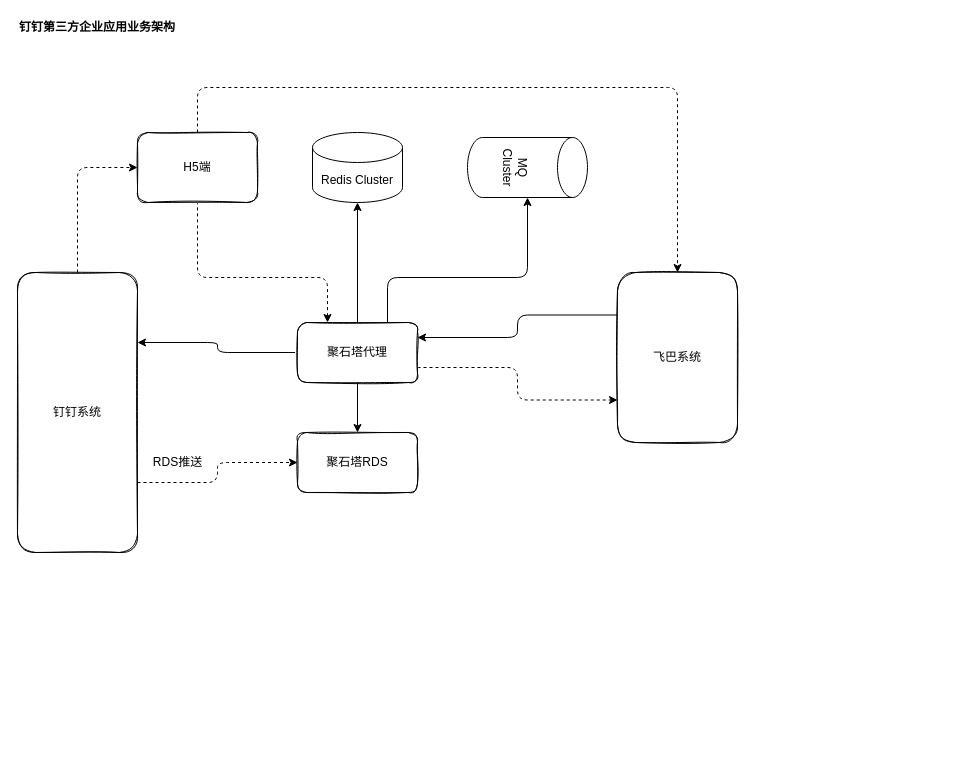
Before: page "architecture_3rd" (4 of 4) of src/work/flyby/present/dingtalk-proxy-architecture.drawio in ab-doc/draw.io, a draw.io diagram. Source tidied: cells renumbered, new cells numbered last; positions are measured from the earlier drawing's top-left corner, leaving out a move shared by most shapes. Both pictures are drawn from the tidied source at 100%, with x=0, y=0 at pixel (17, 17).
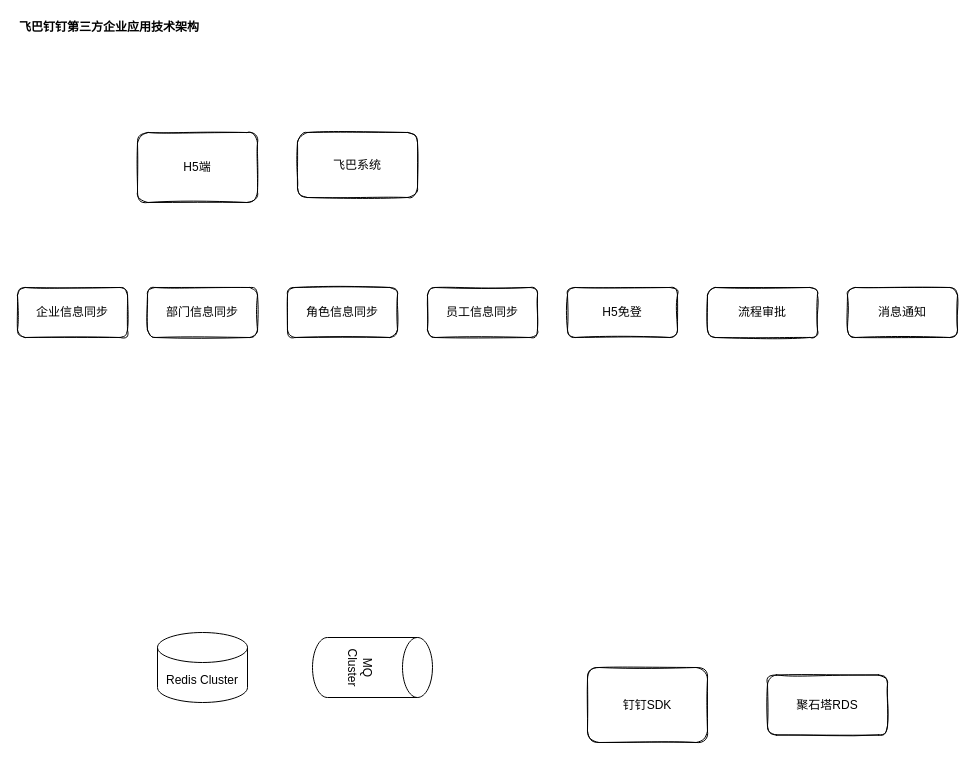
The same page after the edit.

The change refers to these unchanged cells:
```xml
<mxCell id="19" value="H5端" style="whiteSpace=wrap;html=1;sketch=1;rounded=1;" parent="1" vertex="1">
  <mxGeometry x="120" y="115" width="120" height="70" as="geometry" />
</mxCell>
```

The edit, as a diff of the source:
```diff
@@
-    <mxCell id="2" style="edgeStyle=orthogonalEdgeStyle;curved=0;rounded=1;sketch=0;jettySize=auto;html=1;dashed=1;entryX=0;entryY=0.5;entryDx=0;entryDy=0;exitX=1;exitY=0.75;exitDx=0;exitDy=0;" parent="1" edge="1" source="4" target="6">
-      <mxGeometry relative="1" as="geometry" />
-    </mxCell>
-    <mxCell id="3" style="edgeStyle=orthogonalEdgeStyle;rounded=1;jettySize=auto;html=1;dashed=1;startArrow=none;startFill=0;endArrow=classic;endFill=1;entryX=0;entryY=0.5;entryDx=0;entryDy=0;" parent="1" edge="1" source="4" target="19">
-      <mxGeometry relative="1" as="geometry" />
-    </mxCell>
-    <mxCell id="4" value="钉钉系统" style="whiteSpace=wrap;html=1;sketch=1;rounded=1;" parent="1" vertex="1">
-      <mxGeometry y="255" width="120" height="280" as="geometry" />
+    <mxCell id="4" value="钉钉SDK" style="whiteSpace=wrap;html=1;sketch=1;rounded=1;" parent="1" vertex="1">
+      <mxGeometry x="570" y="650" width="120" height="75" as="geometry" />
     </mxCell>
-    <mxCell id="5" style="edgeStyle=orthogonalEdgeStyle;curved=0;rounded=1;sketch=0;jettySize=auto;html=1;endArrow=none;endFill=0;startArrow=classic;startFill=1;entryX=0.5;entryY=1;entryDx=0;entryDy=0;" parent="1" edge="1" source="6" target="12">
-      <mxGeometry relative="1" as="geometry" />
-    </mxCell>
     <mxCell id="6" value="聚石塔RDS" style="whiteSpace=wrap;html=1;sketch=1;rounded=1;" parent="1" vertex="1">
-      <mxGeometry x="280" y="415" width="120" height="60" as="geometry" />
+      <mxGeometry x="750" y="657.5" width="120" height="60" as="geometry" />
     </mxCell>
-    <mxCell id="7" style="edgeStyle=orthogonalEdgeStyle;curved=0;rounded=1;sketch=0;jettySize=auto;html=1;entryX=0;entryY=0.75;entryDx=0;entryDy=0;exitX=1;exitY=0.75;exitDx=0;exitDy=0;dashed=1;" parent="1" edge="1" source="12" target="14">
-      <mxGeometry relative="1" as="geometry" />
-    </mxCell>
-    <mxCell id="8" style="edgeStyle=orthogonalEdgeStyle;curved=0;rounded=1;sketch=0;jettySize=auto;html=1;startArrow=none;startFill=0;endArrow=classic;endFill=1;entryX=1;entryY=0.25;entryDx=0;entryDy=0;" parent="1" edge="1" source="12" target="4">
-      <mxGeometry relative="1" as="geometry" />
-    </mxCell>
-    <mxCell id="9" style="edgeStyle=orthogonalEdgeStyle;curved=0;rounded=1;sketch=0;jettySize=auto;html=1;startArrow=none;startFill=0;endArrow=classic;endFill=1;exitX=0.5;exitY=0;exitDx=0;exitDy=0;" parent="1" edge="1" source="12" target="16">
-      <mxGeometry relative="1" as="geometry" />
-    </mxCell>
-    <mxCell id="10" style="edgeStyle=orthogonalEdgeStyle;curved=0;rounded=1;sketch=0;jettySize=auto;html=1;startArrow=none;startFill=0;endArrow=classic;endFill=1;exitX=0.75;exitY=0;exitDx=0;exitDy=0;" parent="1" edge="1" source="12" target="17">
-      <mxGeometry relative="1" as="geometry">
-        <Array as="points">
-          <mxPoint x="370" y="260" />
-          <mxPoint x="510" y="260" />
-        </Array>
-      </mxGeometry>
-    </mxCell>
-    <mxCell id="11" style="edgeStyle=orthogonalEdgeStyle;rounded=1;jettySize=auto;html=1;entryX=0.5;entryY=1;entryDx=0;entryDy=0;exitX=0.25;exitY=0;exitDx=0;exitDy=0;startArrow=classic;startFill=1;endArrow=none;endFill=0;dashed=1;" parent="1" edge="1" source="12" target="19">
-      <mxGeometry relative="1" as="geometry">
-        <Array as="points">
-          <mxPoint x="310" y="260" />
-          <mxPoint x="180" y="260" />
-        </Array>
-      </mxGeometry>
-    </mxCell>
-    <mxCell id="12" value="聚石塔代理" style="whiteSpace=wrap;html=1;sketch=1;rounded=1;" parent="1" vertex="1">
-      <mxGeometry x="280" y="305" width="120" height="60" as="geometry" />
+    <mxCell id="12" value="流程审批" style="whiteSpace=wrap;html=1;sketch=1;rounded=1;" parent="1" vertex="1">
+      <mxGeometry x="690" y="270" width="110" height="50" as="geometry" />
     </mxCell>
-    <mxCell id="13" style="edgeStyle=orthogonalEdgeStyle;curved=0;rounded=1;sketch=0;jettySize=auto;html=1;startArrow=none;startFill=0;endArrow=classic;endFill=1;entryX=1;entryY=0.25;entryDx=0;entryDy=0;exitX=0;exitY=0.25;exitDx=0;exitDy=0;" parent="1" edge="1" source="14" target="12">
-      <mxGeometry relative="1" as="geometry" />
-    </mxCell>
     <mxCell id="14" value="飞巴系统" style="whiteSpace=wrap;html=1;sketch=1;rounded=1;" parent="1" vertex="1">
-      <mxGeometry x="600" y="255" width="120" height="170" as="geometry" />
+      <mxGeometry x="280" y="115" width="120" height="65" as="geometry" />
     </mxCell>
-    <mxCell id="15" value="RDS推送" style="text;html=1;align=center;verticalAlign=middle;" parent="1" vertex="1">
-      <mxGeometry x="130" y="435" width="60" height="20" as="geometry" />
-    </mxCell>
     <mxCell id="16" value="Redis Cluster" style="shape=cylinder3;whiteSpace=wrap;html=1;boundedLbl=1;backgroundOutline=1;size=15;rounded=0;sketch=0;" parent="1" vertex="1">
-      <mxGeometry x="295" y="115" width="90" height="70" as="geometry" />
+      <mxGeometry x="140" y="615" width="90" height="70" as="geometry" />
     </mxCell>
     <mxCell id="17" value="MQ Cluster" style="shape=cylinder3;whiteSpace=wrap;html=1;boundedLbl=1;backgroundOutline=1;size=15;rounded=0;sketch=0;rotation=90;" parent="1" vertex="1">
-      <mxGeometry x="480" y="90" width="60" height="120" as="geometry" />
+      <mxGeometry x="325" y="590" width="60" height="120" as="geometry" />
     </mxCell>
-    <mxCell id="18" style="edgeStyle=orthogonalEdgeStyle;rounded=1;jettySize=auto;html=1;dashed=1;startArrow=none;startFill=0;endArrow=classic;endFill=1;entryX=0.5;entryY=0;entryDx=0;entryDy=0;" parent="1" edge="1" source="19" target="14">
-      <mxGeometry relative="1" as="geometry">
-        <Array as="points">
-          <mxPoint x="180" y="70" />
-          <mxPoint x="660" y="70" />
-        </Array>
-      </mxGeometry>
-    </mxCell>
@@
-    <mxCell id="20" value="&lt;b&gt;钉钉第三方企业应用业务架构&lt;/b&gt;" style="text;html=1;align=left;verticalAlign=middle;" parent="1" vertex="1">
-      <mxGeometry width="170" height="20" as="geometry" />
+    <mxCell id="20" value="&lt;b&gt;飞巴钉钉第三方企业应用技术架构&lt;/b&gt;" style="text;html=1;align=left;verticalAlign=middle;" parent="1" vertex="1">
+      <mxGeometry width="200" height="20" as="geometry" />
     </mxCell>
+    <mxCell id="21" value="企业信息同步" style="whiteSpace=wrap;html=1;sketch=1;rounded=1;" parent="1" vertex="1">
+      <mxGeometry y="270" width="110" height="50" as="geometry" />
+    </mxCell>
+    <mxCell id="22" value="部门信息同步" style="whiteSpace=wrap;html=1;sketch=1;rounded=1;" parent="1" vertex="1">
+      <mxGeometry x="130" y="270" width="110" height="50" as="geometry" />
+    </mxCell>
+    <mxCell id="23" value="角色信息同步" style="whiteSpace=wrap;html=1;sketch=1;rounded=1;" parent="1" vertex="1">
+      <mxGeometry x="270" y="270" width="110" height="50" as="geometry" />
+    </mxCell>
+    <mxCell id="24" value="员工信息同步" style="whiteSpace=wrap;html=1;sketch=1;rounded=1;" parent="1" vertex="1">
+      <mxGeometry x="410" y="270" width="110" height="50" as="geometry" />
+    </mxCell>
+    <mxCell id="25" value="H5免登" style="whiteSpace=wrap;html=1;sketch=1;rounded=1;" parent="1" vertex="1">
+      <mxGeometry x="550" y="270" width="110" height="50" as="geometry" />
+    </mxCell>
+    <mxCell id="26" value="消息通知" style="whiteSpace=wrap;html=1;sketch=1;rounded=1;" parent="1" vertex="1">
+      <mxGeometry x="830" y="270" width="110" height="50" as="geometry" />
+    </mxCell>
```
